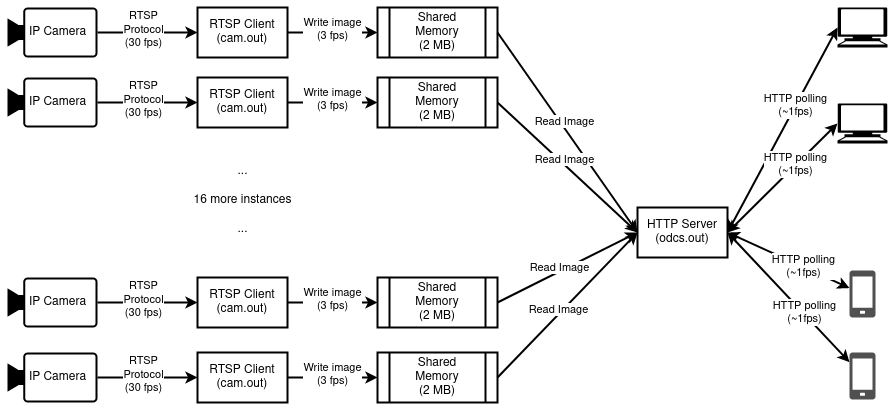
This is assets/system-diagram.png from alex-lt-kong/cctv-dashboard, a draw.io export, as it was before one commit. Source tidied: cells renumbered, new cells last; positions are measured from the earlier drawing's top-left corner, leaving out a move shared by most shapes.
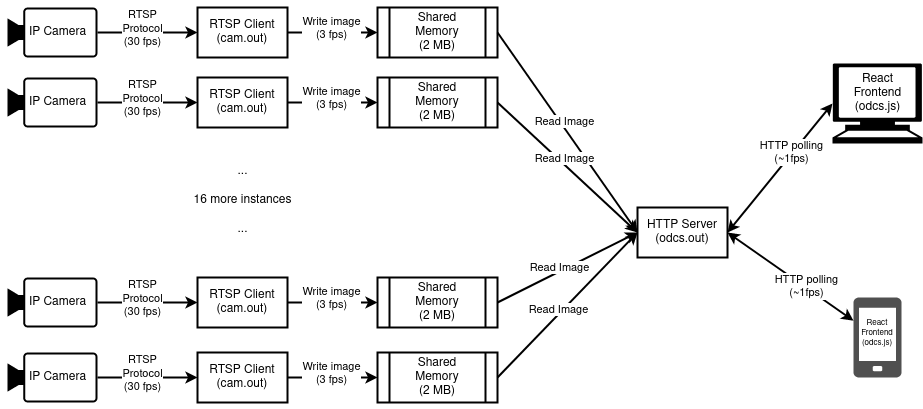
The same file after the commit.

Change to the diagram source:
```diff
@@ -159,34 +159,22 @@
       <mxGeometry x="10" y="355" width="80" height="30" as="geometry" />
     </mxCell>
     <mxCell id="46" style="shape=mxgraph.signs.tech.computer;html=1;fillColor=#000000;strokeColor=none;verticalLabelPosition=bottom;verticalAlign=top;align=center;" parent="1" vertex="1">
-      <mxGeometry x="830" width="50" height="40" as="geometry" />
+      <mxGeometry x="825" y="56" width="90" height="80" as="geometry" />
     </mxCell>
-    <mxCell id="47" style="sketch=0;shadow=0;dashed=0;html=1;strokeColor=none;fillColor=#505050;labelPosition=center;verticalLabelPosition=bottom;verticalAlign=top;outlineConnect=0;align=center;shape=mxgraph.office.devices.cell_phone_generic;" parent="1" vertex="1">
-      <mxGeometry x="842" y="263" width="26" height="47" as="geometry" />
-    </mxCell>
-    <mxCell id="48" style="shape=mxgraph.signs.tech.computer;html=1;fillColor=#000000;strokeColor=none;verticalLabelPosition=bottom;verticalAlign=top;align=center;" parent="1" vertex="1">
-      <mxGeometry x="830" y="96" width="50" height="40" as="geometry" />
-    </mxCell>
     <mxCell id="49" style="sketch=0;shadow=0;dashed=0;html=1;strokeColor=none;fillColor=#505050;labelPosition=center;verticalLabelPosition=bottom;verticalAlign=top;outlineConnect=0;align=center;shape=mxgraph.office.devices.cell_phone_generic;" parent="1" vertex="1">
-      <mxGeometry x="842" y="345" width="26" height="47" as="geometry" />
+      <mxGeometry x="846" y="290" width="48" height="80" as="geometry" />
     </mxCell>
-    <mxCell id="50" style="endArrow=classic;startArrow=classic;html=1;rounded=0;exitX=1;exitY=0.5;exitDx=0;exitDy=0;strokeWidth=2;entryX=0;entryY=0.5;entryDx=0;entryDy=0;entryPerimeter=0;" parent="1" edge="1" source="9" target="48">
-      <mxGeometry relative="1" as="geometry" />
-    </mxCell>
-    <mxCell id="51" value="HTTP polling&#10;(~1fps)" style="edgeLabel;html=1;align=center;verticalAlign=middle;" parent="50" vertex="1">
-      <mxGeometry x="0.23" y="1" relative="1" as="geometry" />
-    </mxCell>
-    <mxCell id="52" style="endArrow=classic;startArrow=classic;html=1;rounded=0;strokeWidth=2;exitX=1;exitY=0.5;exitDx=0;exitDy=0;" parent="1" edge="1" source="9" target="47">
-      <mxGeometry relative="1" as="geometry" />
-    </mxCell>
-    <mxCell id="53" value="HTTP polling&#10;(~1fps)" style="edgeLabel;html=1;align=center;verticalAlign=middle;" parent="52" vertex="1">
-      <mxGeometry x="0.23" y="1" relative="1" as="geometry" />
-    </mxCell>
     <mxCell id="54" style="endArrow=classic;startArrow=classic;html=1;rounded=0;exitX=1;exitY=0.5;exitDx=0;exitDy=0;strokeWidth=2;" parent="1" edge="1" source="9" target="49">
       <mxGeometry relative="1" as="geometry" />
     </mxCell>
     <mxCell id="55" value="HTTP polling&#10;(~1fps)" style="edgeLabel;html=1;align=center;verticalAlign=middle;" parent="54" vertex="1">
       <mxGeometry x="0.23" y="1" relative="1" as="geometry" />
     </mxCell>
+    <mxCell id="56" value="React&lt;br&gt;Frontend&lt;br&gt;(odcs.js)" style="text;html=1;align=center;verticalAlign=middle;fillColor=none;strokeColor=none;rounded=0;" parent="1" vertex="1">
+      <mxGeometry x="835" y="56" width="70" height="60" as="geometry" />
+    </mxCell>
+    <mxCell id="57" value="React&lt;br style=&quot;font-size: 8px;&quot;&gt;Frontend&lt;br style=&quot;font-size: 8px;&quot;&gt;(odcs.js)" style="text;whiteSpace=wrap;html=1;align=center;fontSize=8;" parent="1" vertex="1">
+      <mxGeometry x="830" y="305" width="80" height="70" as="geometry" />
+    </mxCell>
   </root>
 </mxGraphModel>
```
